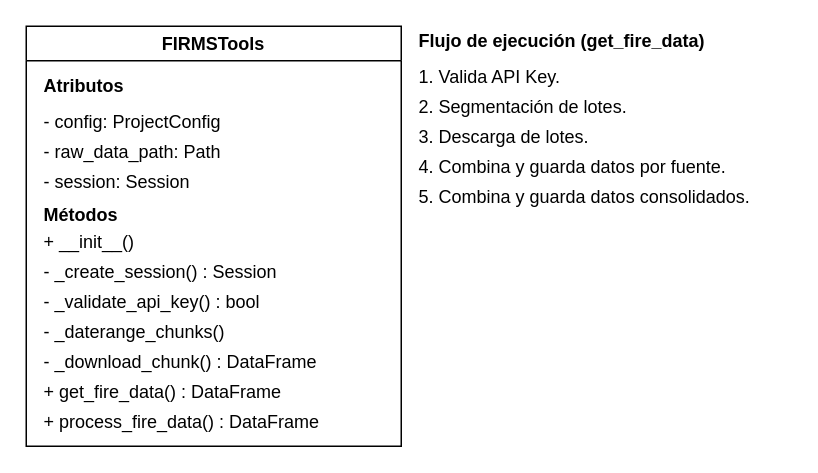
This is page "FIRMS_TOOLS UML" (1 of 3) of docs/Entregas/figures/DiagramasUML.drawio from HunterCitto/199---Seminario-Final, a draw.io file, before an edit. Source tidied: cells renumbered, new cells numbered last; positions are measured from the earlier drawing's top-left corner, leaving out a move shared by most shapes. Both pictures are drawn from the tidied source at 150%, with x=0, y=0 at pixel (26, 26).
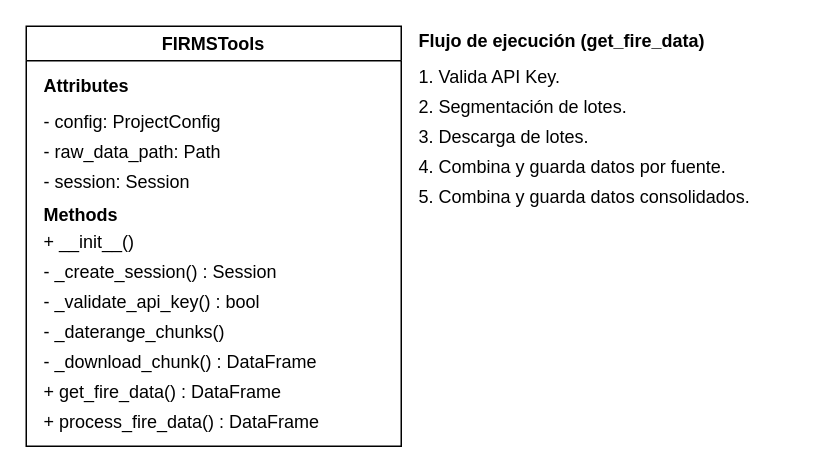
The same page after the edit.

The change refers to these unchanged cells:
```xml
<mxCell id="2" value="&lt;b&gt;FIRMSTools&lt;/b&gt;" style="swimlane;whiteSpace=wrap;html=1;" parent="1" vertex="1">
  <mxGeometry width="250" height="280" as="geometry" />
</mxCell>
```

Change to the diagram source:
```diff
@@
-    <mxCell id="3" value="&lt;b&gt;Atributos&lt;/b&gt;" style="text;html=1;strokeColor=none;fillColor=none;align=left;verticalAlign=middle;whiteSpace=wrap;rounded=0;" parent="2" vertex="1">
+    <mxCell id="3" value="&lt;b&gt;Attributes&lt;/b&gt;" style="text;html=1;strokeColor=none;fillColor=none;align=left;verticalAlign=middle;whiteSpace=wrap;rounded=0;" parent="2" vertex="1">
       <mxGeometry x="10" y="30" width="230" height="20" as="geometry" />
     </mxCell>
@@
-    <mxCell id="7" value="&lt;b&gt;Métodos&lt;/b&gt;" style="text;html=1;strokeColor=none;fillColor=none;align=left;verticalAlign=middle;whiteSpace=wrap;rounded=0;" parent="2" vertex="1">
+    <mxCell id="7" value="&lt;b&gt;Methods&lt;/b&gt;" style="text;html=1;strokeColor=none;fillColor=none;align=left;verticalAlign=middle;whiteSpace=wrap;rounded=0;" parent="2" vertex="1">
       <mxGeometry x="10" y="116" width="230" height="20" as="geometry" />
     </mxCell>
```
